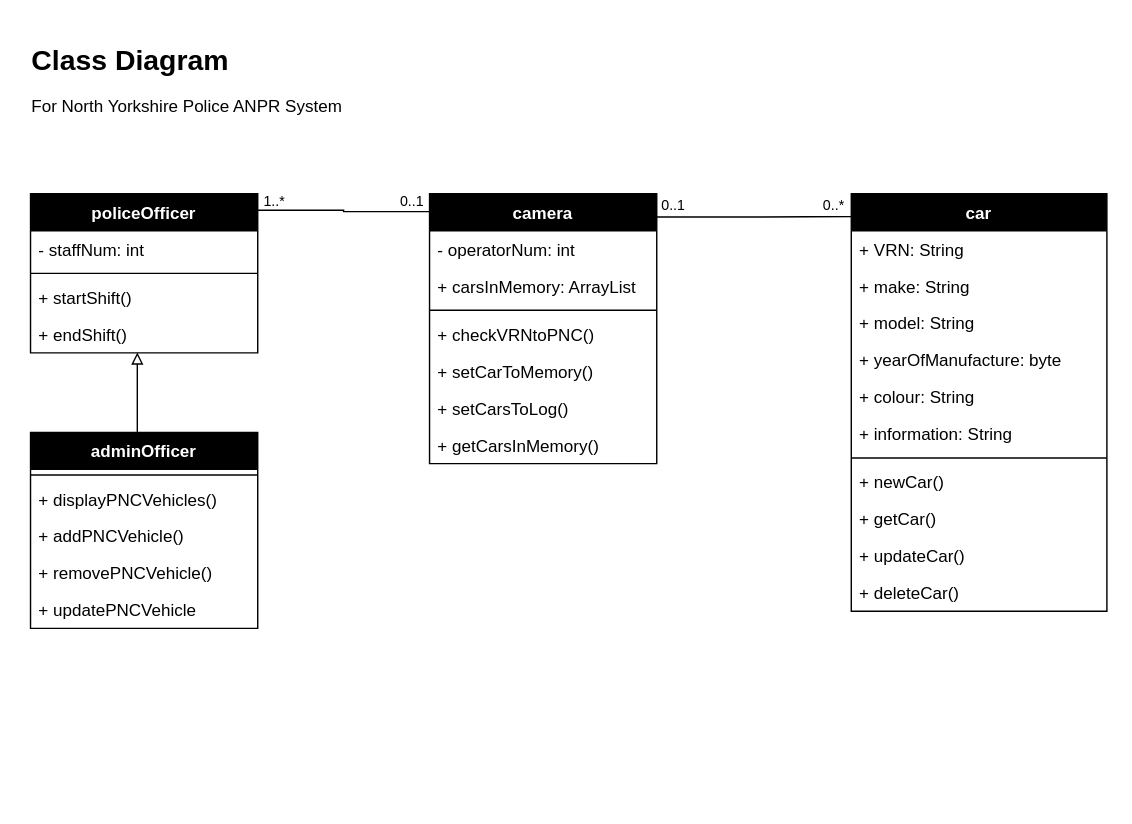
TaraRhoseyn/police-anpr-system keeps this draw.io diagram as page "class_diagrams" (2 of 2) of diagrams.drawio. Above is the earlier version. Source tidied: cells renumbered, new cells numbered last; positions are measured from the earlier drawing's top-left corner, leaving out a move shared by most shapes. Both pictures are drawn from the tidied source at 142%, with x=0, y=0 at pixel (24, 38).
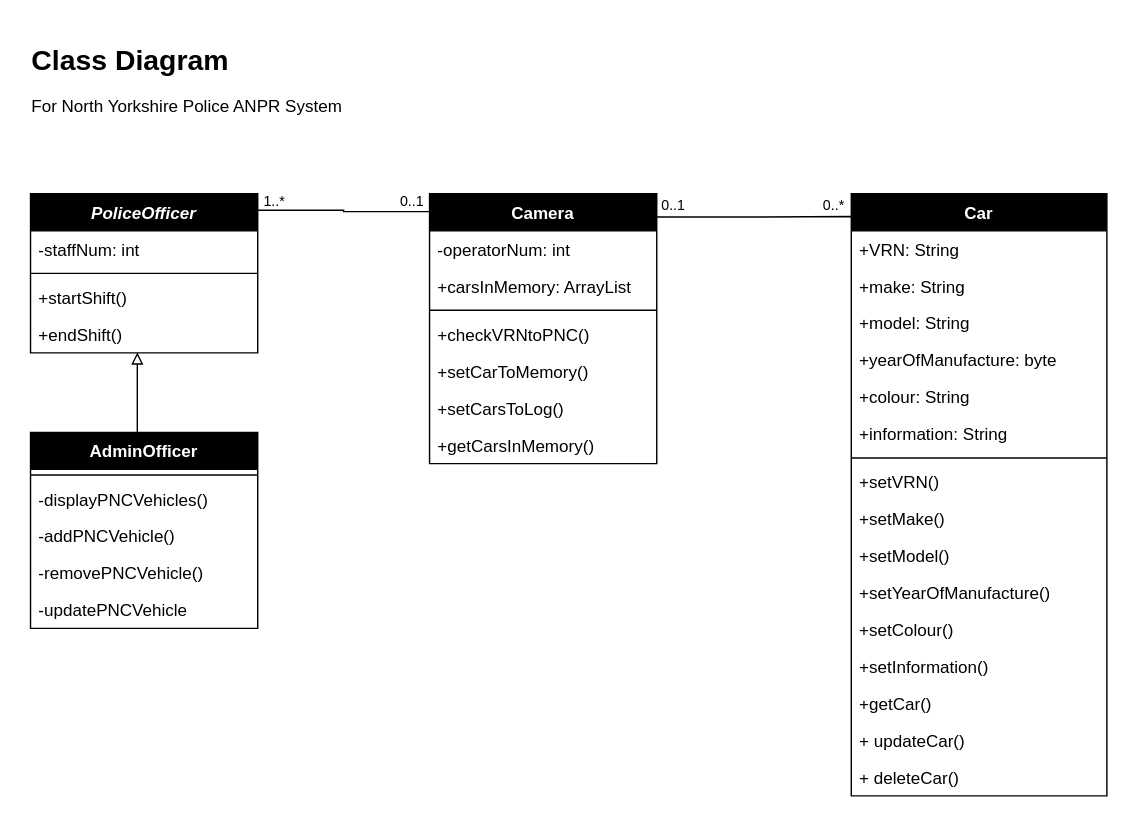
The same diagram, later.

What changed in the source:
```diff
@@
-    <mxCell id="3" value="adminOfficer" style="swimlane;fontStyle=1;align=center;verticalAlign=top;horizontal=1;startSize=26;fillColor=#000000;fontColor=#FFFFFF;" parent="1" vertex="1">
+    <mxCell id="3" value="AdminOfficer" style="swimlane;fontStyle=1;align=center;verticalAlign=top;horizontal=1;startSize=26;fillColor=#000000;fontColor=#FFFFFF;" parent="1" vertex="1">
       <mxGeometry x="4" y="277" width="160" height="138" as="geometry" />
     </mxCell>
@@
-    <mxCell id="5" value="+ displayPNCVehicles()" style="text;strokeColor=none;fillColor=none;align=left;verticalAlign=top;spacingLeft=4;spacingRight=4;overflow=hidden;" parent="3" vertex="1">
+    <mxCell id="5" value="-displayPNCVehicles()" style="text;strokeColor=none;fillColor=none;align=left;verticalAlign=top;spacingLeft=4;spacingRight=4;overflow=hidden;" parent="3" vertex="1">
       <mxGeometry y="34" width="160" height="26" as="geometry" />
     </mxCell>
-    <mxCell id="6" value="+ addPNCVehicle()" style="text;strokeColor=none;fillColor=none;align=left;verticalAlign=top;spacingLeft=4;spacingRight=4;overflow=hidden;" parent="3" vertex="1">
+    <mxCell id="6" value="-addPNCVehicle()" style="text;strokeColor=none;fillColor=none;align=left;verticalAlign=top;spacingLeft=4;spacingRight=4;overflow=hidden;" parent="3" vertex="1">
       <mxGeometry y="60" width="160" height="26" as="geometry" />
     </mxCell>
-    <mxCell id="7" value="+ removePNCVehicle()" style="text;strokeColor=none;fillColor=none;align=left;verticalAlign=top;spacingLeft=4;spacingRight=4;overflow=hidden;" parent="3" vertex="1">
+    <mxCell id="7" value="-removePNCVehicle()" style="text;strokeColor=none;fillColor=none;align=left;verticalAlign=top;spacingLeft=4;spacingRight=4;overflow=hidden;" parent="3" vertex="1">
       <mxGeometry y="86" width="160" height="26" as="geometry" />
     </mxCell>
-    <mxCell id="8" value="+ updatePNCVehicle" style="text;strokeColor=none;fillColor=none;align=left;verticalAlign=top;spacingLeft=4;spacingRight=4;overflow=hidden;" parent="3" vertex="1">
+    <mxCell id="8" value="-updatePNCVehicle" style="text;strokeColor=none;fillColor=none;align=left;verticalAlign=top;spacingLeft=4;spacingRight=4;overflow=hidden;" parent="3" vertex="1">
       <mxGeometry y="112" width="160" height="26" as="geometry" />
     </mxCell>
@@
-    <mxCell id="10" value="camera" style="swimlane;fontStyle=1;align=center;verticalAlign=top;horizontal=1;startSize=26;fontColor=#FFFFFF;fillColor=#000000;" parent="1" vertex="1">
+    <mxCell id="10" value="Camera" style="swimlane;fontStyle=1;align=center;verticalAlign=top;horizontal=1;startSize=26;fontColor=#FFFFFF;fillColor=#000000;" parent="1" vertex="1">
       <mxGeometry x="285" y="109" width="160" height="190" as="geometry" />
     </mxCell>
-    <mxCell id="11" value="- operatorNum: int" style="text;strokeColor=none;fillColor=none;align=left;verticalAlign=top;spacingLeft=4;spacingRight=4;overflow=hidden;fontColor=default;" parent="10" vertex="1">
+    <mxCell id="11" value="-operatorNum: int" style="text;strokeColor=none;fillColor=none;align=left;verticalAlign=top;spacingLeft=4;spacingRight=4;overflow=hidden;fontColor=default;" parent="10" vertex="1">
       <mxGeometry y="26" width="160" height="26" as="geometry" />
     </mxCell>
-    <mxCell id="12" value="+ carsInMemory: ArrayList" style="text;strokeColor=none;fillColor=none;align=left;verticalAlign=top;spacingLeft=4;spacingRight=4;overflow=hidden;fontColor=default;" parent="10" vertex="1">
+    <mxCell id="12" value="+carsInMemory: ArrayList" style="text;strokeColor=none;fillColor=none;align=left;verticalAlign=top;spacingLeft=4;spacingRight=4;overflow=hidden;fontColor=default;" parent="10" vertex="1">
       <mxGeometry y="52" width="160" height="26" as="geometry" />
     </mxCell>
@@
-    <mxCell id="14" value="+ checkVRNtoPNC()" style="text;strokeColor=none;fillColor=none;align=left;verticalAlign=top;spacingLeft=4;spacingRight=4;overflow=hidden;fontColor=default;" parent="10" vertex="1">
+    <mxCell id="14" value="+checkVRNtoPNC()" style="text;strokeColor=none;fillColor=none;align=left;verticalAlign=top;spacingLeft=4;spacingRight=4;overflow=hidden;fontColor=default;" parent="10" vertex="1">
       <mxGeometry y="86" width="160" height="26" as="geometry" />
     </mxCell>
-    <mxCell id="15" value="+ setCarToMemory()" style="text;strokeColor=none;fillColor=none;align=left;verticalAlign=top;spacingLeft=4;spacingRight=4;overflow=hidden;fontColor=default;" parent="10" vertex="1">
+    <mxCell id="15" value="+setCarToMemory()" style="text;strokeColor=none;fillColor=none;align=left;verticalAlign=top;spacingLeft=4;spacingRight=4;overflow=hidden;fontColor=default;" parent="10" vertex="1">
       <mxGeometry y="112" width="160" height="26" as="geometry" />
     </mxCell>
-    <mxCell id="16" value="+ setCarsToLog()" style="text;strokeColor=none;fillColor=none;align=left;verticalAlign=top;spacingLeft=4;spacingRight=4;overflow=hidden;fontColor=default;" parent="10" vertex="1">
+    <mxCell id="16" value="+setCarsToLog()" style="text;strokeColor=none;fillColor=none;align=left;verticalAlign=top;spacingLeft=4;spacingRight=4;overflow=hidden;fontColor=default;" parent="10" vertex="1">
       <mxGeometry y="138" width="160" height="26" as="geometry" />
     </mxCell>
-    <mxCell id="17" value="+ getCarsInMemory()" style="text;strokeColor=none;fillColor=none;align=left;verticalAlign=top;spacingLeft=4;spacingRight=4;overflow=hidden;fontColor=default;" parent="10" vertex="1">
+    <mxCell id="17" value="+getCarsInMemory()" style="text;strokeColor=none;fillColor=none;align=left;verticalAlign=top;spacingLeft=4;spacingRight=4;overflow=hidden;fontColor=default;" parent="10" vertex="1">
       <mxGeometry y="164" width="160" height="26" as="geometry" />
     </mxCell>
-    <mxCell id="18" value="car" style="swimlane;fontStyle=1;align=center;verticalAlign=top;horizontal=1;startSize=26;fontColor=#FFFFFF;fillColor=#000000;" parent="1" vertex="1">
-      <mxGeometry x="582" y="109" width="180" height="294" as="geometry" />
+    <mxCell id="18" value="Car" style="swimlane;fontStyle=1;align=center;verticalAlign=top;horizontal=1;startSize=26;fontColor=#FFFFFF;fillColor=#000000;" parent="1" vertex="1">
+      <mxGeometry x="582" y="109" width="180" height="424" as="geometry" />
     </mxCell>
-    <mxCell id="19" value="+ VRN: String" style="text;strokeColor=none;fillColor=none;align=left;verticalAlign=top;spacingLeft=4;spacingRight=4;overflow=hidden;fontColor=default;" parent="18" vertex="1">
+    <mxCell id="19" value="+VRN: String" style="text;strokeColor=none;fillColor=none;align=left;verticalAlign=top;spacingLeft=4;spacingRight=4;overflow=hidden;fontColor=default;" parent="18" vertex="1">
       <mxGeometry y="26" width="180" height="26" as="geometry" />
     </mxCell>
-    <mxCell id="20" value="+ make: String" style="text;strokeColor=none;fillColor=none;align=left;verticalAlign=top;spacingLeft=4;spacingRight=4;overflow=hidden;fontColor=default;" parent="18" vertex="1">
+    <mxCell id="20" value="+make: String" style="text;strokeColor=none;fillColor=none;align=left;verticalAlign=top;spacingLeft=4;spacingRight=4;overflow=hidden;fontColor=default;" parent="18" vertex="1">
       <mxGeometry y="52" width="180" height="26" as="geometry" />
     </mxCell>
-    <mxCell id="21" value="+ model: String" style="text;strokeColor=none;fillColor=none;align=left;verticalAlign=top;spacingLeft=4;spacingRight=4;overflow=hidden;fontColor=default;" parent="18" vertex="1">
+    <mxCell id="21" value="+model: String" style="text;strokeColor=none;fillColor=none;align=left;verticalAlign=top;spacingLeft=4;spacingRight=4;overflow=hidden;fontColor=default;" parent="18" vertex="1">
       <mxGeometry y="78" width="180" height="26" as="geometry" />
     </mxCell>
-    <mxCell id="22" value="+ yearOfManufacture: byte" style="text;strokeColor=none;fillColor=none;align=left;verticalAlign=top;spacingLeft=4;spacingRight=4;overflow=hidden;fontColor=default;" parent="18" vertex="1">
+    <mxCell id="22" value="+yearOfManufacture: byte" style="text;strokeColor=none;fillColor=none;align=left;verticalAlign=top;spacingLeft=4;spacingRight=4;overflow=hidden;fontColor=default;" parent="18" vertex="1">
       <mxGeometry y="104" width="180" height="26" as="geometry" />
     </mxCell>
-    <mxCell id="23" value="+ colour: String" style="text;strokeColor=none;fillColor=none;align=left;verticalAlign=top;spacingLeft=4;spacingRight=4;overflow=hidden;fontColor=default;" parent="18" vertex="1">
+    <mxCell id="23" value="+colour: String" style="text;strokeColor=none;fillColor=none;align=left;verticalAlign=top;spacingLeft=4;spacingRight=4;overflow=hidden;fontColor=default;" parent="18" vertex="1">
       <mxGeometry y="130" width="180" height="26" as="geometry" />
     </mxCell>
-    <mxCell id="24" value="+ information: String" style="text;strokeColor=none;fillColor=none;align=left;verticalAlign=top;spacingLeft=4;spacingRight=4;overflow=hidden;fontColor=default;" parent="18" vertex="1">
+    <mxCell id="24" value="+information: String" style="text;strokeColor=none;fillColor=none;align=left;verticalAlign=top;spacingLeft=4;spacingRight=4;overflow=hidden;fontColor=default;" parent="18" vertex="1">
       <mxGeometry y="156" width="180" height="26" as="geometry" />
     </mxCell>
@@
+    <mxCell id="41" value="+setVRN()" style="text;strokeColor=none;fillColor=none;align=left;verticalAlign=top;spacingLeft=4;spacingRight=4;overflow=hidden;fontColor=default;" parent="18" vertex="1">
+      <mxGeometry y="190" width="180" height="26" as="geometry" />
+    </mxCell>
+    <mxCell id="42" value="+setMake()" style="text;strokeColor=none;fillColor=none;align=left;verticalAlign=top;spacingLeft=4;spacingRight=4;overflow=hidden;fontColor=default;" parent="18" vertex="1">
+      <mxGeometry y="216" width="180" height="26" as="geometry" />
+    </mxCell>
-    <mxCell id="26" value="+ newCar()" style="text;strokeColor=none;fillColor=none;align=left;verticalAlign=top;spacingLeft=4;spacingRight=4;overflow=hidden;fontColor=default;" parent="18" vertex="1">
-      <mxGeometry y="190" width="180" height="26" as="geometry" />
+    <mxCell id="26" value="+setModel()" style="text;strokeColor=none;fillColor=none;align=left;verticalAlign=top;spacingLeft=4;spacingRight=4;overflow=hidden;fontColor=default;" parent="18" vertex="1">
+      <mxGeometry y="242" width="180" height="26" as="geometry" />
     </mxCell>
+    <mxCell id="43" value="+setYearOfManufacture()" style="text;strokeColor=none;fillColor=none;align=left;verticalAlign=top;spacingLeft=4;spacingRight=4;overflow=hidden;fontColor=default;" parent="18" vertex="1">
+      <mxGeometry y="268" width="180" height="26" as="geometry" />
+    </mxCell>
+    <mxCell id="44" value="+setColour()" style="text;strokeColor=none;fillColor=none;align=left;verticalAlign=top;spacingLeft=4;spacingRight=4;overflow=hidden;fontColor=default;" parent="18" vertex="1">
+      <mxGeometry y="294" width="180" height="26" as="geometry" />
+    </mxCell>
-    <mxCell id="27" value="+ getCar()" style="text;strokeColor=none;fillColor=none;align=left;verticalAlign=top;spacingLeft=4;spacingRight=4;overflow=hidden;fontColor=default;" parent="18" vertex="1">
-      <mxGeometry y="216" width="180" height="26" as="geometry" />
+    <mxCell id="27" value="+setInformation()" style="text;strokeColor=none;fillColor=none;align=left;verticalAlign=top;spacingLeft=4;spacingRight=4;overflow=hidden;fontColor=default;" parent="18" vertex="1">
+      <mxGeometry y="320" width="180" height="26" as="geometry" />
     </mxCell>
+    <mxCell id="45" value="+getCar()" style="text;strokeColor=none;fillColor=none;align=left;verticalAlign=top;spacingLeft=4;spacingRight=4;overflow=hidden;fontColor=default;" parent="18" vertex="1">
+      <mxGeometry y="346" width="180" height="26" as="geometry" />
+    </mxCell>
     <mxCell id="28" value="+ updateCar()" style="text;strokeColor=none;fillColor=none;align=left;verticalAlign=top;spacingLeft=4;spacingRight=4;overflow=hidden;fontColor=default;" parent="18" vertex="1">
-      <mxGeometry y="242" width="180" height="26" as="geometry" />
+      <mxGeometry y="372" width="180" height="26" as="geometry" />
     </mxCell>
     <mxCell id="29" value="+ deleteCar()" style="text;strokeColor=none;fillColor=none;align=left;verticalAlign=top;spacingLeft=4;spacingRight=4;overflow=hidden;fontColor=default;" parent="18" vertex="1">
-      <mxGeometry y="268" width="180" height="26" as="geometry" />
+      <mxGeometry y="398" width="180" height="26" as="geometry" />
     </mxCell>
@@
-    <mxCell id="31" value="policeOfficer" style="swimlane;fontStyle=1;align=center;verticalAlign=top;horizontal=1;startSize=26;fontColor=#FFFFFF;fillColor=#000000;" parent="1" vertex="1">
+    <mxCell id="31" value="PoliceOfficer" style="swimlane;fontStyle=3;align=center;verticalAlign=top;horizontal=1;startSize=26;fontColor=#FFFFFF;fillColor=#000000;" parent="1" vertex="1">
       <mxGeometry x="4" y="109" width="160" height="112" as="geometry" />
     </mxCell>
-    <mxCell id="32" value="- staffNum: int" style="text;strokeColor=none;fillColor=none;align=left;verticalAlign=top;spacingLeft=4;spacingRight=4;overflow=hidden;fontColor=default;" parent="31" vertex="1">
+    <mxCell id="32" value="-staffNum: int" style="text;strokeColor=none;fillColor=none;align=left;verticalAlign=top;spacingLeft=4;spacingRight=4;overflow=hidden;fontColor=default;" parent="31" vertex="1">
       <mxGeometry y="26" width="160" height="26" as="geometry" />
     </mxCell>
@@
-    <mxCell id="34" value="+ startShift()" style="text;strokeColor=none;fillColor=none;align=left;verticalAlign=top;spacingLeft=4;spacingRight=4;overflow=hidden;fontColor=default;" parent="31" vertex="1">
+    <mxCell id="34" value="+startShift()" style="text;strokeColor=none;fillColor=none;align=left;verticalAlign=top;spacingLeft=4;spacingRight=4;overflow=hidden;fontColor=default;" parent="31" vertex="1">
       <mxGeometry y="60" width="160" height="26" as="geometry" />
     </mxCell>
-    <mxCell id="35" value="+ endShift()" style="text;strokeColor=none;fillColor=none;align=left;verticalAlign=top;spacingLeft=4;spacingRight=4;overflow=hidden;points=[[0,0.5],[1,0.5]];portConstraint=eastwest;fontColor=default;" parent="31" vertex="1">
+    <mxCell id="35" value="+endShift()" style="text;strokeColor=none;fillColor=none;align=left;verticalAlign=top;spacingLeft=4;spacingRight=4;overflow=hidden;points=[[0,0.5],[1,0.5]];portConstraint=eastwest;fontColor=default;" parent="31" vertex="1">
       <mxGeometry y="86" width="160" height="26" as="geometry" />
     </mxCell>
```
